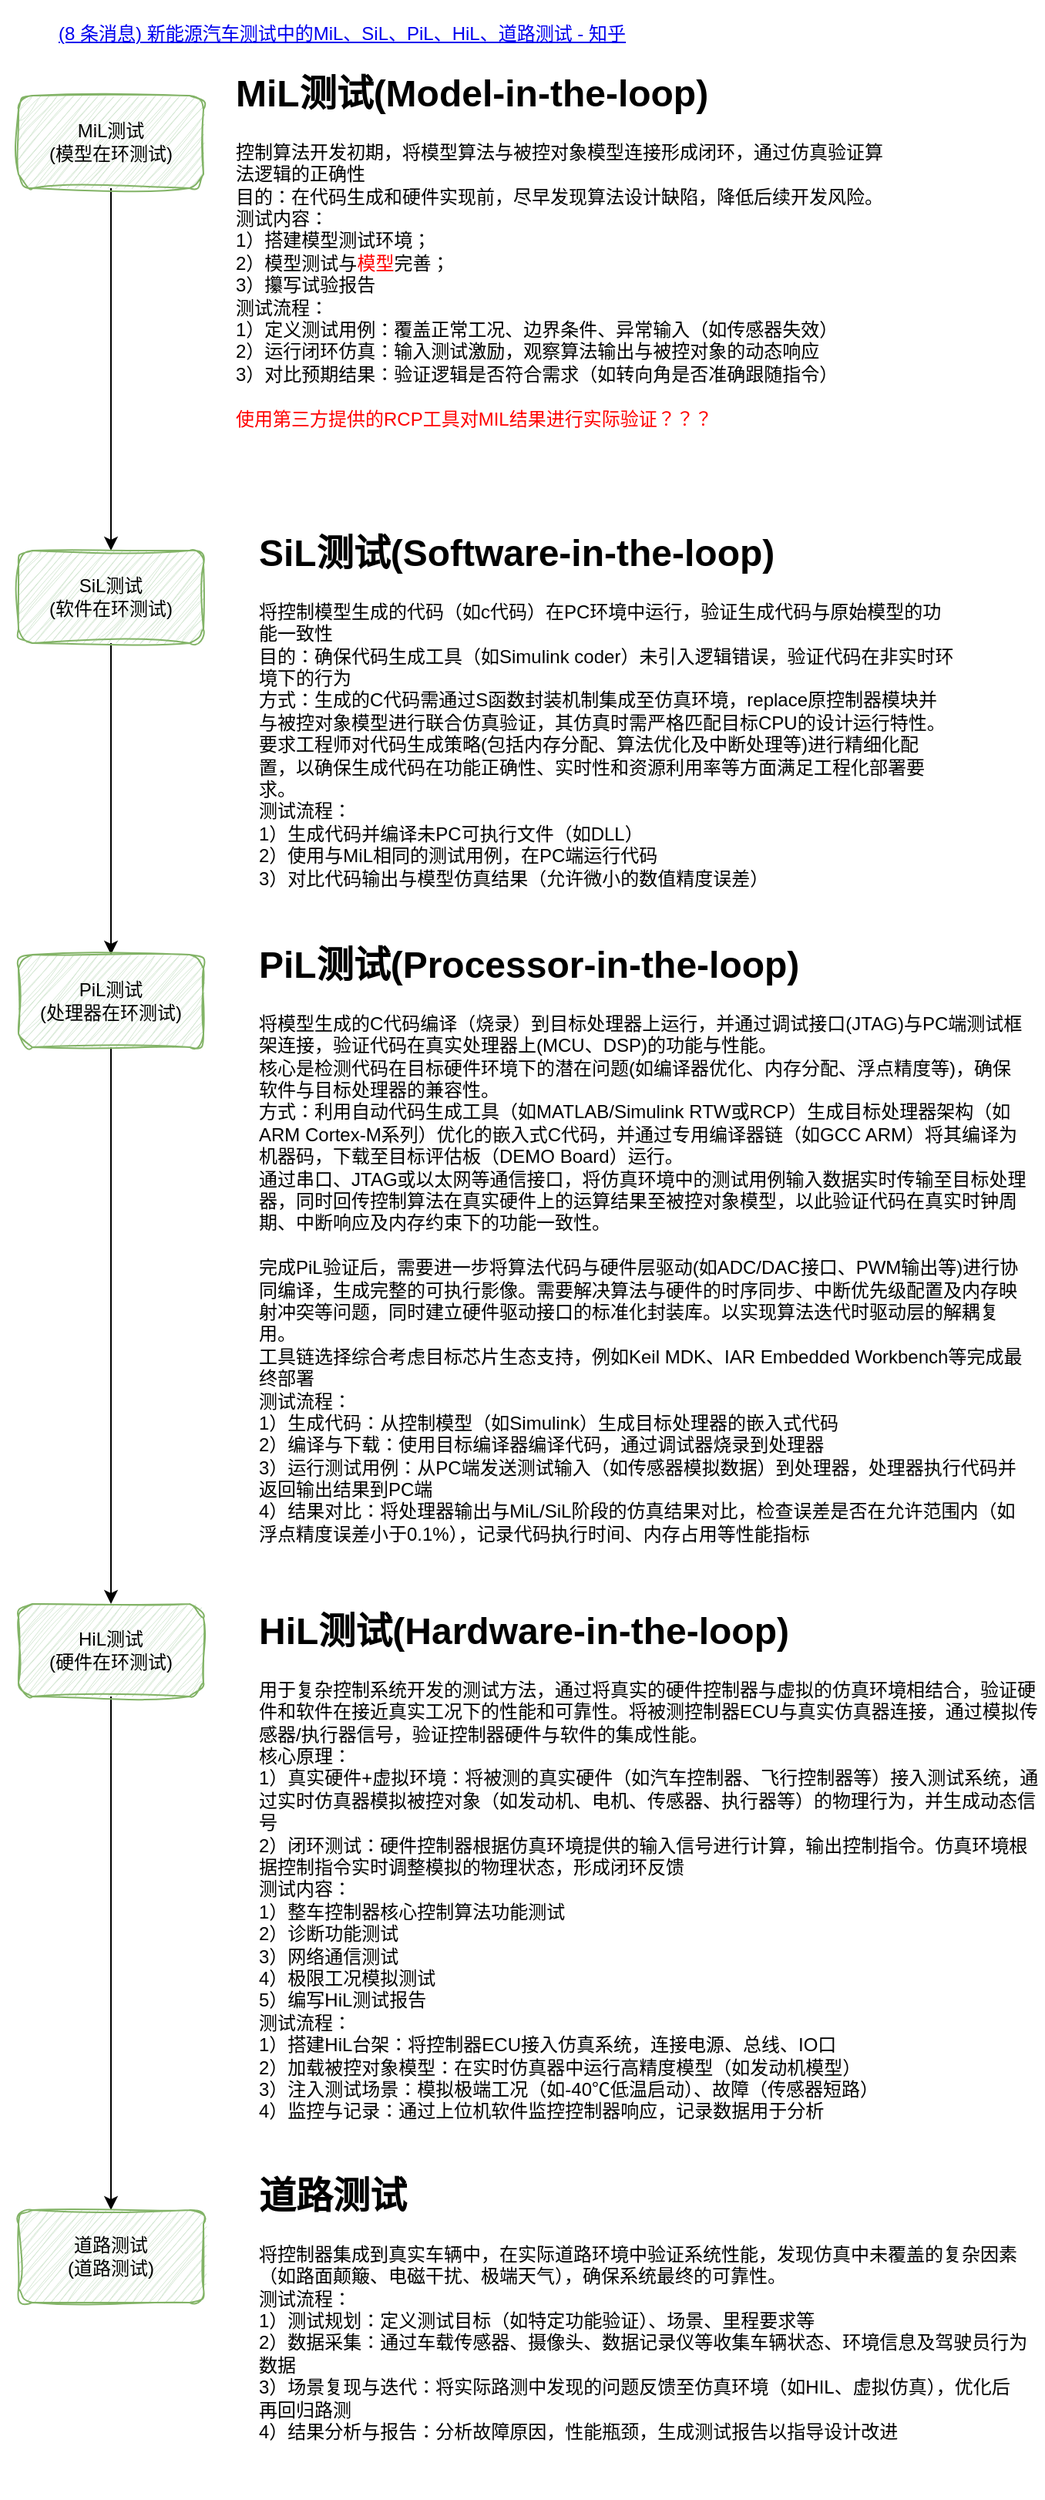
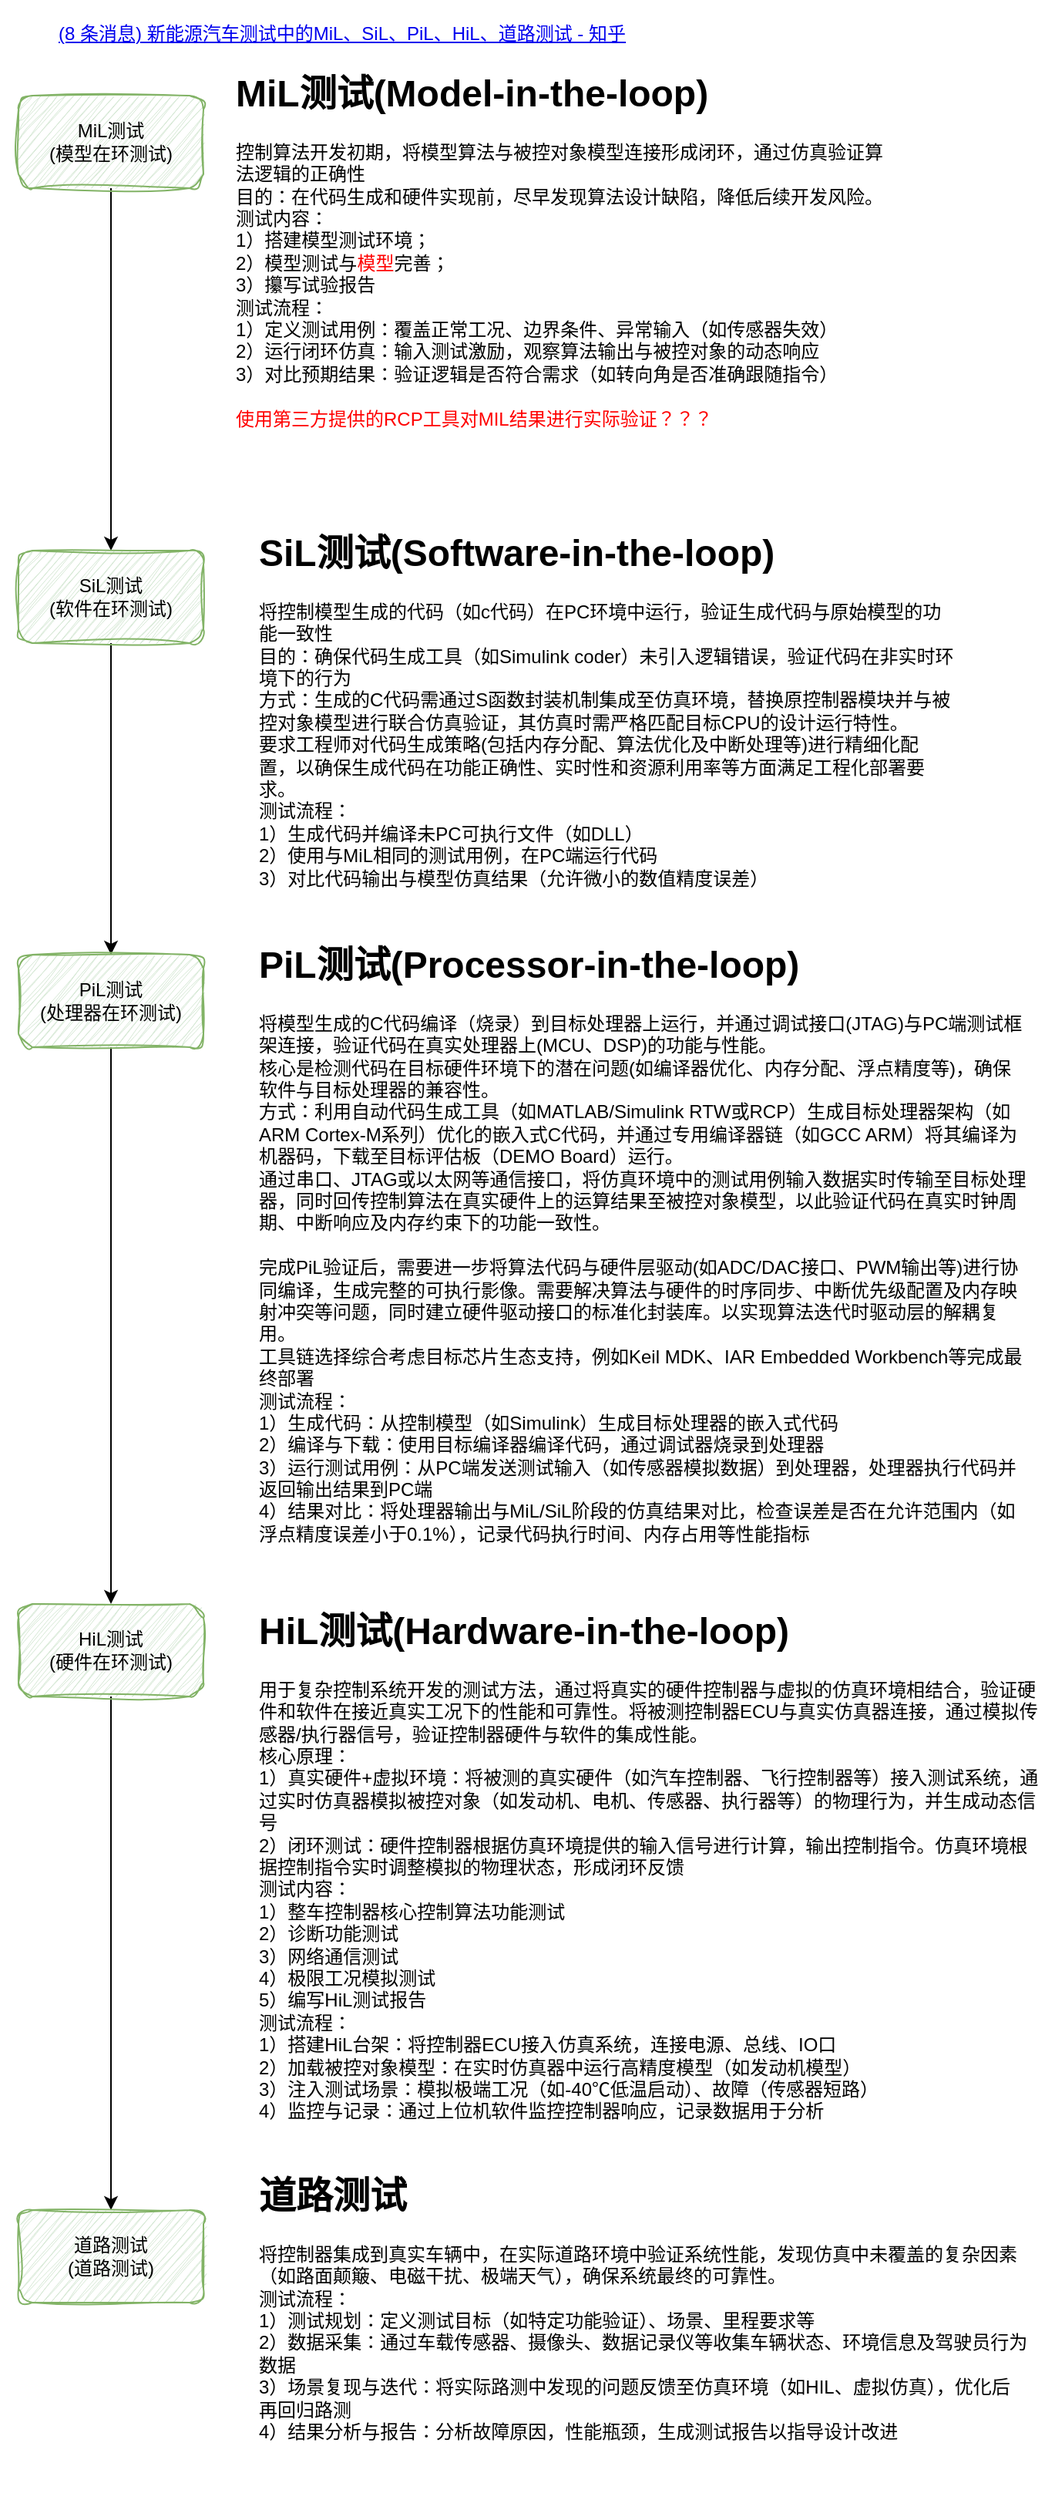
<mxfile host="app.diagrams.net">
  <diagram name="第 1 页" id="SPJzrtFJ2h2y-7jRp7m4">
-     <mxGraphModel dx="754" dy="1139" grid="0" gridSize="10" guides="1" tooltips="1" connect="1" arrows="1" fold="1" page="1" pageScale="1" pageWidth="827" pageHeight="1169" math="0" shadow="0">
+     <mxGraphModel dx="1569" dy="786" grid="0" gridSize="10" guides="1" tooltips="1" connect="1" arrows="1" fold="1" page="1" pageScale="1" pageWidth="827" pageHeight="1169" math="0" shadow="0">
      <root>
        <mxCell id="0" />
        <mxCell id="1" parent="0" />
        <mxCell id="-b37v0VHe5EqFnSivpbF-16" edge="1" parent="1" source="mNEA2bSVfQqrhph_DYo6-2" style="edgeStyle=orthogonalEdgeStyle;rounded=0;orthogonalLoop=1;jettySize=auto;html=1;exitX=0.5;exitY=1;exitDx=0;exitDy=0;fontFamily=Helvetica;fontSize=12;fontColor=default;" target="mNEA2bSVfQqrhph_DYo6-3">
          <mxGeometry relative="1" as="geometry" />
        </mxCell>
        <mxCell id="mNEA2bSVfQqrhph_DYo6-2" parent="1" style="rounded=1;whiteSpace=wrap;html=1;sketch=1;curveFitting=1;jiggle=2;fillColor=#d5e8d4;strokeColor=#82b366;" value="MiL测试&lt;div&gt;(模型在环测试)&lt;/div&gt;" vertex="1">
          <mxGeometry height="60" width="120" x="41" y="240" as="geometry" />
        </mxCell>
        <mxCell id="-b37v0VHe5EqFnSivpbF-17" edge="1" parent="1" source="mNEA2bSVfQqrhph_DYo6-3" style="edgeStyle=orthogonalEdgeStyle;rounded=0;orthogonalLoop=1;jettySize=auto;html=1;exitX=0.5;exitY=1;exitDx=0;exitDy=0;fontFamily=Helvetica;fontSize=12;fontColor=default;" target="-b37v0VHe5EqFnSivpbF-9">
          <mxGeometry relative="1" as="geometry" />
        </mxCell>
        <mxCell id="mNEA2bSVfQqrhph_DYo6-3" parent="1" style="rounded=1;whiteSpace=wrap;html=1;sketch=1;curveFitting=1;jiggle=2;fillColor=#d5e8d4;strokeColor=#82b366;" value="SiL测试&lt;div&gt;(软件在环测试)&lt;/div&gt;" vertex="1">
          <mxGeometry height="60" width="120" x="41" y="535" as="geometry" />
        </mxCell>
        <UserObject label="&#xa;&lt;a href=&quot;https://zhuanlan.zhihu.com/p/1903753229029839860&quot;&gt;(8 条消息) 新能源汽车测试中的MiL、SiL、PiL、HiL、道路测试 - 知乎&lt;/a&gt;&#xa;&#xa;" link="&#xa;&lt;a href=&quot;https://zhuanlan.zhihu.com/p/1903753229029839860&quot;&gt;(8 条消息) 新能源汽车测试中的MiL、SiL、PiL、HiL、道路测试 - 知乎&lt;/a&gt;&#xa;&#xa;" id="-b37v0VHe5EqFnSivpbF-1">
          <mxCell parent="1" style="text;html=1;whiteSpace=wrap;strokeColor=none;fillColor=none;align=center;verticalAlign=middle;rounded=0;fontFamily=Helvetica;fontSize=12;fontColor=default;" vertex="1">
            <mxGeometry height="6" width="444" x="29" y="204" as="geometry" />
          </mxCell>
        </UserObject>
        <mxCell id="-b37v0VHe5EqFnSivpbF-7" parent="1" style="text;html=1;whiteSpace=wrap;overflow=hidden;rounded=0;fontFamily=Helvetica;fontSize=12;fontColor=default;" value="&lt;h1 style=&quot;margin-top: 0px;&quot;&gt;MiL测试(Model-in-the-loop)&lt;br&gt;&lt;/h1&gt;&lt;div&gt;控制算法开发初期，将模型算法与被控对象模型连接形成闭环，通过仿真验证算法逻辑的正确性&lt;/div&gt;&lt;div&gt;目的：在代码生成和硬件实现前，尽早发现算法设计缺陷，降低后续开发风险。&lt;/div&gt;&lt;div&gt;测试内容：&lt;/div&gt;&lt;div&gt;1）搭建模型测试环境；&lt;/div&gt;&lt;div&gt;2）模型测试与&lt;font style=&quot;color: rgb(255, 0, 0);&quot;&gt;模型&lt;/font&gt;完善；&lt;/div&gt;&lt;div&gt;3）攥写试验报告&lt;/div&gt;&lt;div&gt;测试流程：&lt;/div&gt;&lt;div&gt;1）定义测试用例：覆盖正常工况、边界条件、异常输入（如传感器失效）&lt;/div&gt;&lt;div&gt;2）运行闭环仿真：输入测试激励，观察算法输出与被控对象的动态响应&lt;br&gt;&lt;/div&gt;&lt;div&gt;3）对比预期结果：验证逻辑是否符合需求（如转向角是否准确跟随指令）&lt;br&gt;&lt;/div&gt;&lt;div&gt;&lt;br&gt;&lt;/div&gt;&lt;div&gt;&lt;font style=&quot;color: rgb(255, 0, 0);&quot;&gt;使用第三方提供的RCP工具对MIL结果进行实际验证？？？&lt;/font&gt;&lt;/div&gt;" vertex="1">
          <mxGeometry height="281.5" width="424" x="180" y="217.5" as="geometry" />
        </mxCell>
-         <mxCell id="-b37v0VHe5EqFnSivpbF-8" parent="1" style="text;html=1;whiteSpace=wrap;overflow=hidden;rounded=0;fontFamily=Helvetica;fontSize=12;fontColor=default;" value="&lt;h1 style=&quot;margin-top: 0px;&quot;&gt;SiL测试(Software-in-the-loop)&lt;/h1&gt;&lt;div&gt;将控制模型生成的代码（如c代码）在PC环境中运行，验证生成代码与原始模型的功能一致性&lt;/div&gt;&lt;div&gt;目的：确保代码生成工具（如Simulink coder）未引入逻辑错误，验证代码在非实时环境下的行为&lt;/div&gt;&lt;div&gt;方式：生成的C代码需通过S函数封装机制集成至仿真环境，replace原控制器模块并与被控对象模型进行联合仿真验证，其仿真时需严格匹配目标CPU的设计运行特性。&lt;/div&gt;&lt;div&gt;要求工程师对代码生成策略(包括内存分配、算法优化及中断处理等)进行精细化配置，以确保生成代码在功能正确性、实时性和资源利用率等方面满足工程化部署要求。&lt;/div&gt;&lt;div&gt;测试流程：&lt;/div&gt;&lt;div&gt;1）生成代码并编译未PC可执行文件（如DLL）&lt;/div&gt;&lt;div&gt;2）使用与MiL相同的测试用例，在PC端运行代码&lt;/div&gt;&lt;div&gt;3）对比代码输出与模型仿真结果（允许微小的数值精度误差）&lt;/div&gt;&lt;div&gt;&lt;br&gt;&lt;/div&gt;&lt;div&gt;&lt;br&gt;&lt;/div&gt;&lt;div&gt;&lt;br&gt;&lt;/div&gt;&lt;div&gt;&lt;br&gt;&lt;/div&gt;" vertex="1">
+         <mxCell id="-b37v0VHe5EqFnSivpbF-8" parent="1" style="text;html=1;whiteSpace=wrap;overflow=hidden;rounded=0;fontFamily=Helvetica;fontSize=12;fontColor=default;" value="&lt;h1 style=&quot;margin-top: 0px;&quot;&gt;SiL测试(Software-in-the-loop)&lt;/h1&gt;&lt;div&gt;将控制模型生成的代码（如c代码）在PC环境中运行，验证生成代码与原始模型的功能一致性&lt;/div&gt;&lt;div&gt;目的：确保代码生成工具（如Simulink coder）未引入逻辑错误，验证代码在非实时环境下的行为&lt;/div&gt;&lt;div&gt;方式：生成的C代码需通过S函数封装机制集成至仿真环境，替换原控制器模块并与被控对象模型进行联合仿真验证，其仿真时需严格匹配目标CPU的设计运行特性。&lt;/div&gt;&lt;div&gt;要求工程师对代码生成策略(包括内存分配、算法优化及中断处理等)进行精细化配置，以确保生成代码在功能正确性、实时性和资源利用率等方面满足工程化部署要求。&lt;/div&gt;&lt;div&gt;测试流程：&lt;/div&gt;&lt;div&gt;1）生成代码并编译未PC可执行文件（如DLL）&lt;/div&gt;&lt;div&gt;2）使用与MiL相同的测试用例，在PC端运行代码&lt;/div&gt;&lt;div&gt;3）对比代码输出与模型仿真结果（允许微小的数值精度误差）&lt;/div&gt;&lt;div&gt;&lt;br&gt;&lt;/div&gt;&lt;div&gt;&lt;br&gt;&lt;/div&gt;&lt;div&gt;&lt;br&gt;&lt;/div&gt;&lt;div&gt;&lt;br&gt;&lt;/div&gt;" vertex="1">
          <mxGeometry height="243" width="453" x="195" y="516" as="geometry" />
        </mxCell>
        <mxCell id="-b37v0VHe5EqFnSivpbF-18" edge="1" parent="1" source="-b37v0VHe5EqFnSivpbF-9" style="edgeStyle=orthogonalEdgeStyle;rounded=0;orthogonalLoop=1;jettySize=auto;html=1;exitX=0.5;exitY=1;exitDx=0;exitDy=0;fontFamily=Helvetica;fontSize=12;fontColor=default;" target="-b37v0VHe5EqFnSivpbF-11">
          <mxGeometry relative="1" as="geometry" />
        </mxCell>
        <mxCell id="-b37v0VHe5EqFnSivpbF-9" parent="1" style="rounded=1;whiteSpace=wrap;html=1;sketch=1;curveFitting=1;jiggle=2;fillColor=#d5e8d4;strokeColor=#82b366;" value="PiL测试&lt;div&gt;(处理器在环测试)&lt;/div&gt;" vertex="1">
          <mxGeometry height="60" width="120" x="41" y="797" as="geometry" />
        </mxCell>
        <mxCell id="-b37v0VHe5EqFnSivpbF-10" parent="1" style="text;html=1;whiteSpace=wrap;overflow=hidden;rounded=0;fontFamily=Helvetica;fontSize=12;fontColor=default;" value="&lt;h1 style=&quot;margin-top: 0px;&quot;&gt;PiL测试(Processor-in-the-loop)&lt;/h1&gt;&lt;div&gt;将模型生成的C代码编译（烧录）到目标处理器上运行，并通过调试接口(JTAG)与PC端测试框架连接，验证代码在真实处理器上(MCU、DSP&lt;span style=&quot;background-color: transparent; color: light-dark(rgb(0, 0, 0), rgb(255, 255, 255));&quot;&gt;)的功能与性能。&lt;/span&gt;&lt;/div&gt;&lt;div&gt;&lt;span style=&quot;background-color: transparent; color: light-dark(rgb(0, 0, 0), rgb(255, 255, 255));&quot;&gt;核心是检测代码在目标硬件环境下的潜在问题(如编译器优化、内存分配、浮点精度等)，确保软件与目标处理器的兼容性。&lt;/span&gt;&lt;/div&gt;&lt;div&gt;&lt;span style=&quot;background-color: transparent; color: light-dark(rgb(0, 0, 0), rgb(255, 255, 255));&quot;&gt;方式：利用自动代码生成工具（如MATLAB/Simulink RTW或RCP）生成目标处理器架构（如ARM Cortex-M系列）优化的嵌入式C代码，并通过专用编译器链（如GCC ARM）将其编译为机器码，下载至目标评估板（DEMO Board）运行。&lt;/span&gt;&lt;/div&gt;&lt;div&gt;&lt;span style=&quot;background-color: transparent; color: light-dark(rgb(0, 0, 0), rgb(255, 255, 255));&quot;&gt;通过串口、JTAG或以太网等通信接口，将仿真环境中的测试用例输入数据实时传输至目标处理器，同时回传控制算法在真实硬件上的运算结果至被控对象模型，以此验证代码在真实时钟周期、中断响应及内存约束下的功能一致性。&lt;/span&gt;&lt;/div&gt;&lt;div&gt;&lt;span style=&quot;background-color: transparent; color: light-dark(rgb(0, 0, 0), rgb(255, 255, 255));&quot;&gt;&lt;br&gt;&lt;/span&gt;&lt;/div&gt;&lt;div&gt;完成PiL验证后，需要进一步将算法代码与硬件层驱动(如ADC/DAC接口、PWM输出等)进行协同编译，生成完整的可执行影像。需要解决算法与硬件的时序同步、中断优先级配置及内存映射冲突等问题，同时建立硬件驱动接口的标准化封装库。以实现算法迭代时驱动层的解耦复用。&lt;/div&gt;&lt;div&gt;工具链选择综合考虑目标芯片生态支持，例如Keil MDK、IAR Embedded Workbench等完成最终部署&lt;/div&gt;&lt;div&gt;&lt;span style=&quot;background-color: transparent; color: light-dark(rgb(0, 0, 0), rgb(255, 255, 255));&quot;&gt;测试流程：&lt;/span&gt;&lt;/div&gt;&lt;div&gt;&lt;span style=&quot;background-color: transparent; color: light-dark(rgb(0, 0, 0), rgb(255, 255, 255));&quot;&gt;1）生成代码：从控制模型（如Simulink）生成目标处理器的嵌入式代码&lt;/span&gt;&lt;/div&gt;&lt;div&gt;&lt;span style=&quot;background-color: transparent; color: light-dark(rgb(0, 0, 0), rgb(255, 255, 255));&quot;&gt;2）编译与下载：使用目标编译器编译代码，通过调试器烧录到处理器&lt;/span&gt;&lt;/div&gt;&lt;div&gt;&lt;span style=&quot;background-color: transparent; color: light-dark(rgb(0, 0, 0), rgb(255, 255, 255));&quot;&gt;3）运行测试用例：从PC端发送测试输入（如传感器模拟数据）到处理器，处理器执行代码并返回输出结果到PC端&lt;/span&gt;&lt;/div&gt;&lt;div&gt;&lt;span style=&quot;background-color: transparent; color: light-dark(rgb(0, 0, 0), rgb(255, 255, 255));&quot;&gt;4）结果对比：将处理器输出与MiL/SiL阶段的仿真结果对比，检查误差是否在允许范围内（如浮点精度误差小于0.1%），记录代码执行时间、内存占用等性能指标&lt;/span&gt;&lt;/div&gt;&lt;div&gt;&lt;span style=&quot;background-color: transparent; color: light-dark(rgb(0, 0, 0), rgb(255, 255, 255));&quot;&gt;&lt;br&gt;&lt;/span&gt;&lt;/div&gt;" vertex="1">
          <mxGeometry height="417" width="500" x="195" y="783" as="geometry" />
        </mxCell>
        <mxCell id="-b37v0VHe5EqFnSivpbF-19" edge="1" parent="1" source="-b37v0VHe5EqFnSivpbF-11" style="edgeStyle=orthogonalEdgeStyle;rounded=0;orthogonalLoop=1;jettySize=auto;html=1;exitX=0.5;exitY=1;exitDx=0;exitDy=0;entryX=0.5;entryY=0;entryDx=0;entryDy=0;fontFamily=Helvetica;fontSize=12;fontColor=default;" target="-b37v0VHe5EqFnSivpbF-14">
          <mxGeometry relative="1" as="geometry" />
        </mxCell>
        <mxCell id="-b37v0VHe5EqFnSivpbF-11" parent="1" style="rounded=1;whiteSpace=wrap;html=1;sketch=1;curveFitting=1;jiggle=2;fillColor=#d5e8d4;strokeColor=#82b366;" value="HiL测试&lt;div&gt;(硬件在环测试)&lt;/div&gt;" vertex="1">
          <mxGeometry height="60" width="120" x="41" y="1218" as="geometry" />
        </mxCell>
        <mxCell id="-b37v0VHe5EqFnSivpbF-12" parent="1" style="text;html=1;whiteSpace=wrap;overflow=hidden;rounded=0;fontFamily=Helvetica;fontSize=12;fontColor=default;" value="&lt;h1 style=&quot;margin-top: 0px;&quot;&gt;HiL测试(Hardware-in-the-loop)&lt;/h1&gt;&lt;div&gt;用于复杂控制系统开发的测试方法，通过将真实的硬件控制器与虚拟的仿真环境相结合，验证硬件和软件在接近真实工况下的性能和可靠性。将被测控制器ECU与真实仿真器连接，通过模拟传感器/执行器信号，验证控制器硬件与软件的集成性能。&lt;/div&gt;&lt;div&gt;核心原理：&lt;/div&gt;&lt;div&gt;1）真实硬件+虚拟环境：将被测的真实硬件（如汽车控制器、飞行控制器等）接入测试系统，通过实时仿真器模拟被控对象（如发动机、电机、传感器、执行器等）的物理行为，并生成动态信号&lt;/div&gt;&lt;div&gt;2）闭环测试：硬件控制器根据仿真环境提供的输入信号进行计算，输出控制指令。仿真环境根据控制指令实时调整模拟的物理状态，形成闭环反馈&lt;/div&gt;&lt;div&gt;测试内容：&lt;/div&gt;&lt;div&gt;1）整车控制器核心控制算法功能测试&lt;/div&gt;&lt;div&gt;2）诊断功能测试&lt;/div&gt;&lt;div&gt;3）网络通信测试&lt;/div&gt;&lt;div&gt;4）极限工况模拟测试&lt;/div&gt;&lt;div&gt;5）编写HiL测试报告&lt;/div&gt;&lt;div&gt;测试流程：&lt;/div&gt;&lt;div&gt;1）搭建HiL台架：将控制器ECU接入仿真系统，连接电源、总线、IO口&lt;/div&gt;&lt;div&gt;2）加载被控对象模型：在实时仿真器中运行高精度模型（如发动机模型）&lt;/div&gt;&lt;div&gt;3）注入测试场景：模拟极端工况（如-40℃低温启动）、故障（传感器短路）&lt;/div&gt;&lt;div&gt;4）监控与记录：通过上位机软件监控控制器响应，记录数据用于分析&lt;/div&gt;&lt;div&gt;&lt;br&gt;&lt;/div&gt;" vertex="1">
          <mxGeometry height="346" width="511" x="195" y="1215" as="geometry" />
        </mxCell>
        <mxCell id="-b37v0VHe5EqFnSivpbF-14" parent="1" style="rounded=1;whiteSpace=wrap;html=1;sketch=1;curveFitting=1;jiggle=2;fillColor=#d5e8d4;strokeColor=#82b366;" value="道路测试&lt;div&gt;(道路测试)&lt;/div&gt;" vertex="1">
          <mxGeometry height="60" width="120" x="41" y="1611" as="geometry" />
        </mxCell>
        <mxCell id="-b37v0VHe5EqFnSivpbF-15" parent="1" style="text;html=1;whiteSpace=wrap;overflow=hidden;rounded=0;fontFamily=Helvetica;fontSize=12;fontColor=default;" value="&lt;h1 style=&quot;margin-top: 0px;&quot;&gt;道路测试&lt;/h1&gt;&lt;div&gt;将控制器集成到真实车辆中，在实际道路环境中验证系统性能，发现仿真中未覆盖的复杂因素（如路面颠簸、电磁干扰、极端天气），确保系统最终的可靠性。&lt;/div&gt;&lt;div&gt;测试流程：&lt;/div&gt;&lt;div&gt;1）测试规划：定义测试目标（如特定功能验证）、场景、里程要求等&lt;/div&gt;&lt;div&gt;2）数据采集：通过车载传感器、摄像头、数据记录仪等收集车辆状态、环境信息及驾驶员行为数据&lt;/div&gt;&lt;div&gt;3）场景复现与迭代：将实际路测中发现的问题反馈至仿真环境（如HIL、虚拟仿真），优化后再回归路测&lt;/div&gt;&lt;div&gt;4）结果分析与报告：分析故障原因，性能瓶颈，生成测试报告以指导设计改进&lt;/div&gt;&lt;div&gt;&lt;br&gt;&lt;/div&gt;&lt;div&gt;&lt;br&gt;&lt;/div&gt;" vertex="1">
          <mxGeometry height="214" width="501" x="195" y="1581" as="geometry" />
        </mxCell>
      </root>
    </mxGraphModel>
  </diagram>
</mxfile>
